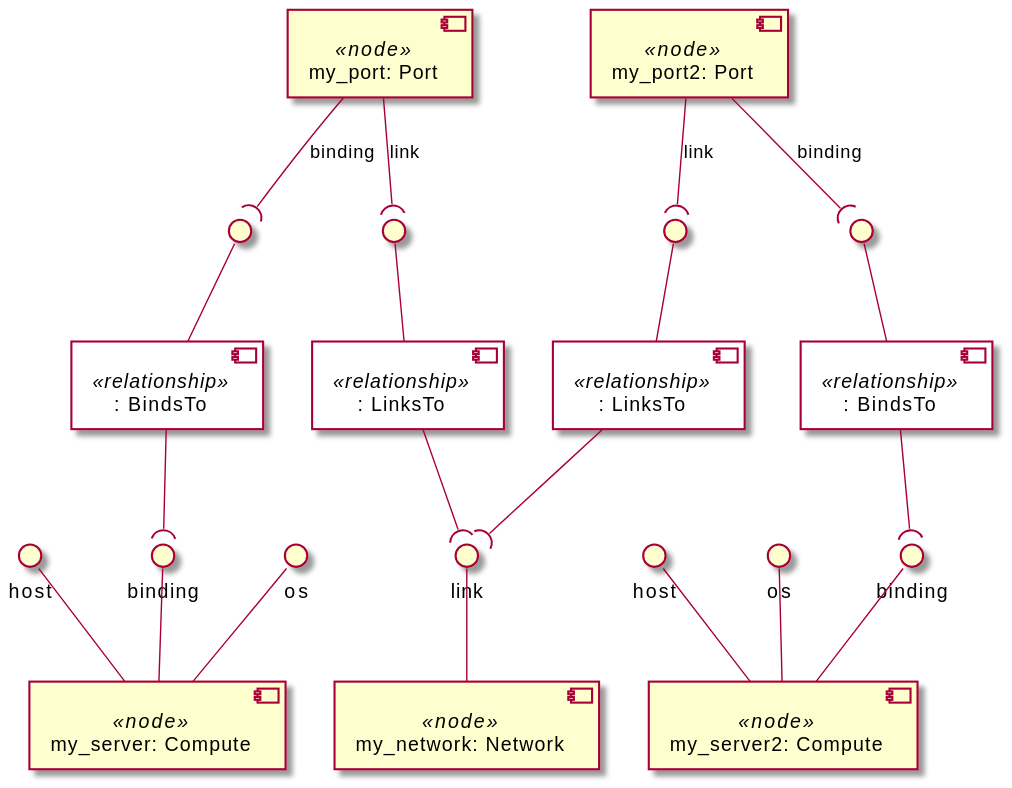
The PlantUML diagram examples/ariatosca/diagrams/uml2/network-3-1.0-uml2-component-diagram2.svg in Orange-OpenSource/Cloudnet-TOSCA-toolbox, before a commit.
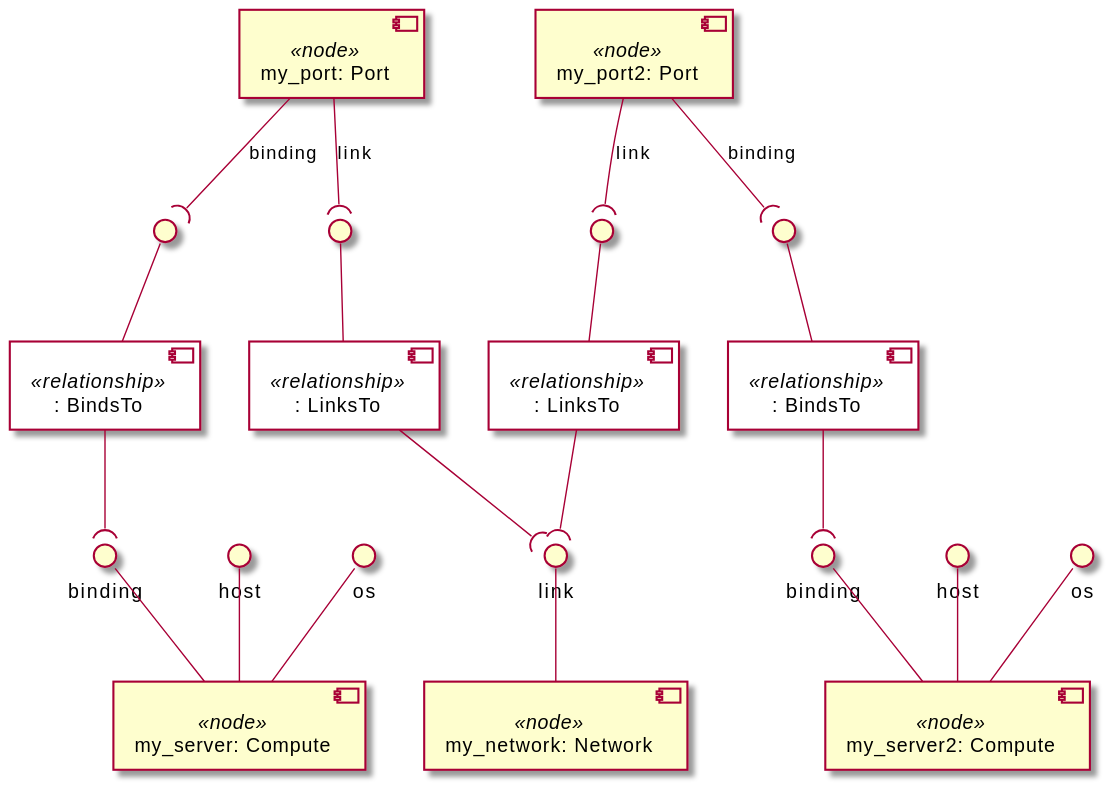
The same file after the commit.

Diff of the diagram source:
```diff
@@ -5,18 +5,18 @@
 }
 
 component "my_server: Compute" <<node>> as node_my_server
+interface "binding" as node_my_server_binding
+node_my_server_binding -- node_my_server
 interface "host" as node_my_server_host
 node_my_server_host -- node_my_server
-interface "binding" as node_my_server_binding
-node_my_server_binding -- node_my_server
 interface "os" as node_my_server_os
 node_my_server_os -- node_my_server
 
 component "my_server2: Compute" <<node>> as node_my_server2
+interface "binding" as node_my_server2_binding
+node_my_server2_binding -- node_my_server2
 interface "host" as node_my_server2_host
 node_my_server2_host -- node_my_server2
-interface "binding" as node_my_server2_binding
-node_my_server2_binding -- node_my_server2
 interface "os" as node_my_server2_os
 node_my_server2_os -- node_my_server2
 
```
